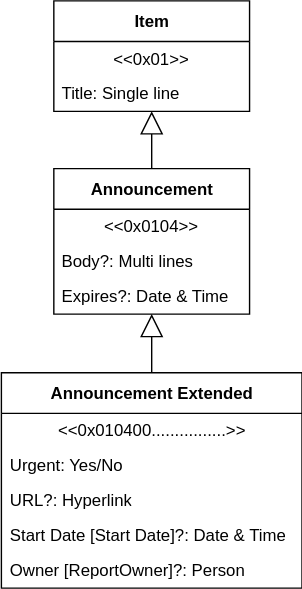
Above: docs/Content-Type.svg in mauriora/Announcements-Bar-Spfx (draw.io), before the change. Source tidied: cells renumbered, new cells last; positions are measured from the earlier drawing's top-left corner, leaving out a move shared by most shapes. The source it was exported from:
```xml
<mxGraphModel>
  <root>
    <mxCell id="0" />
    <mxCell id="1" parent="0" />
    <mxCell id="2" value="Announcement" style="swimlane;fontStyle=1;align=center;verticalAlign=middle;horizontal=1;startSize=29;html=1;" parent="1" vertex="1">
      <mxGeometry x="38" y="120" width="140" height="104" as="geometry" />
    </mxCell>
    <mxCell id="3" value="&amp;lt;&amp;lt;0x0104&amp;gt;&amp;gt;" style="text;html=1;strokeColor=none;fillColor=none;align=center;verticalAlign=middle;spacingLeft=4;spacingRight=4;overflow=hidden;" parent="2" vertex="1">
      <mxGeometry y="29" width="140" height="25" as="geometry" />
    </mxCell>
    <mxCell id="4" value="Body?:&amp;nbsp;Multi lines" style="text;html=1;strokeColor=none;fillColor=none;align=left;verticalAlign=middle;spacingLeft=4;spacingRight=4;overflow=hidden;" parent="2" vertex="1">
      <mxGeometry y="54" width="140" height="25" as="geometry" />
    </mxCell>
    <mxCell id="5" value="Expires?:&amp;nbsp;Date &amp;amp; Time" style="text;html=1;strokeColor=none;fillColor=none;align=left;verticalAlign=middle;spacingLeft=4;spacingRight=4;overflow=hidden;" parent="2" vertex="1">
      <mxGeometry y="79" width="140" height="25" as="geometry" />
    </mxCell>
    <mxCell id="6" style="edgeStyle=orthogonalEdgeStyle;rounded=0;jettySize=auto;html=1;endArrow=block;endFill=0;endSize=14;" parent="1" edge="1" source="7" target="2">
      <mxGeometry relative="1" as="geometry" />
    </mxCell>
    <mxCell id="7" value="Announcement Extended" style="swimlane;fontStyle=1;align=center;verticalAlign=middle;horizontal=1;startSize=29;html=1;" parent="1" vertex="1">
      <mxGeometry x="0.5" y="266" width="215" height="154" as="geometry" />
    </mxCell>
    <mxCell id="8" value="&amp;lt;&amp;lt;0x010400................&amp;gt;&amp;gt;" style="text;html=1;strokeColor=none;fillColor=none;align=center;verticalAlign=middle;spacingLeft=4;spacingRight=4;overflow=hidden;" parent="7" vertex="1">
      <mxGeometry y="29" width="215" height="25" as="geometry" />
    </mxCell>
    <mxCell id="9" value="Urgent: Yes/No" style="text;html=1;strokeColor=none;fillColor=none;align=left;verticalAlign=middle;spacingLeft=4;spacingRight=4;overflow=hidden;" parent="7" vertex="1">
      <mxGeometry y="54" width="215" height="25" as="geometry" />
    </mxCell>
    <mxCell id="10" value="URL?: Hyperlink" style="text;html=1;strokeColor=none;fillColor=none;align=left;verticalAlign=middle;spacingLeft=4;spacingRight=4;overflow=hidden;" parent="7" vertex="1">
      <mxGeometry y="79" width="215" height="25" as="geometry" />
    </mxCell>
    <mxCell id="11" value="Start Date [Start Date]?:&amp;nbsp;Date &amp;amp; Time" style="text;html=1;strokeColor=none;fillColor=none;align=left;verticalAlign=middle;spacingLeft=4;spacingRight=4;overflow=hidden;" parent="7" vertex="1">
      <mxGeometry y="104" width="215" height="25" as="geometry" />
    </mxCell>
    <mxCell id="12" value="Owner [ReportOwner]?:&amp;nbsp;Person" style="text;html=1;strokeColor=none;fillColor=none;align=left;verticalAlign=middle;spacingLeft=4;spacingRight=4;overflow=hidden;" parent="7" vertex="1">
      <mxGeometry y="129" width="215" height="25" as="geometry" />
    </mxCell>
    <mxCell id="13" value="Item" style="swimlane;fontStyle=1;align=center;verticalAlign=middle;horizontal=1;startSize=29;html=1;" parent="1" vertex="1">
      <mxGeometry x="38" width="140" height="79" as="geometry" />
    </mxCell>
    <mxCell id="14" value="&amp;lt;&amp;lt;0x01&amp;gt;&amp;gt;" style="text;html=1;strokeColor=none;fillColor=none;align=center;verticalAlign=middle;spacingLeft=4;spacingRight=4;overflow=hidden;" parent="13" vertex="1">
      <mxGeometry y="29" width="140" height="25" as="geometry" />
    </mxCell>
    <mxCell id="15" value="Title:&amp;nbsp;Single line" style="text;html=1;strokeColor=none;fillColor=none;align=left;verticalAlign=middle;spacingLeft=4;spacingRight=4;overflow=hidden;" parent="13" vertex="1">
      <mxGeometry y="54" width="140" height="25" as="geometry" />
    </mxCell>
    <mxCell id="16" style="edgeStyle=orthogonalEdgeStyle;rounded=0;jettySize=auto;html=1;endArrow=block;endFill=0;endSize=14;" parent="1" edge="1" source="2" target="13">
      <mxGeometry relative="1" as="geometry" />
    </mxCell>
  </root>
</mxGraphModel>
```
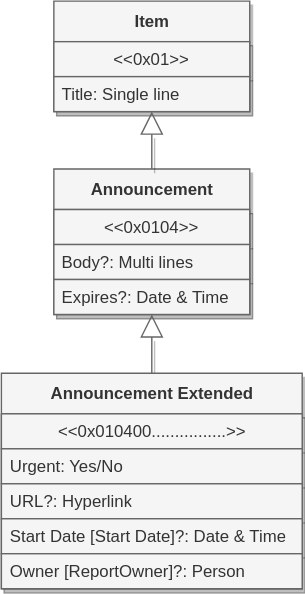
The same diagram one commit later.

Commit message:
fix: white background for dark mode readability

Change to the diagram source:
```diff
@@ -2,49 +2,49 @@
   <root>
     <mxCell id="0" />
     <mxCell id="1" parent="0" />
-    <mxCell id="2" value="Announcement" style="swimlane;fontStyle=1;align=center;verticalAlign=middle;horizontal=1;startSize=29;html=1;" parent="1" vertex="1">
+    <mxCell id="2" value="Announcement" style="swimlane;fontStyle=1;align=center;verticalAlign=middle;horizontal=1;startSize=29;html=1;shadow=1;fillColor=#f5f5f5;fontColor=#333333;strokeColor=#666666;" parent="1" vertex="1">
       <mxGeometry x="38" y="120" width="140" height="104" as="geometry" />
     </mxCell>
-    <mxCell id="3" value="&amp;lt;&amp;lt;0x0104&amp;gt;&amp;gt;" style="text;html=1;strokeColor=none;fillColor=none;align=center;verticalAlign=middle;spacingLeft=4;spacingRight=4;overflow=hidden;" parent="2" vertex="1">
+    <mxCell id="3" value="&amp;lt;&amp;lt;0x0104&amp;gt;&amp;gt;" style="text;html=1;strokeColor=#666666;fillColor=#f5f5f5;align=center;verticalAlign=middle;spacingLeft=4;spacingRight=4;overflow=hidden;shadow=1;fontColor=#333333;" parent="2" vertex="1">
       <mxGeometry y="29" width="140" height="25" as="geometry" />
     </mxCell>
-    <mxCell id="4" value="Body?:&amp;nbsp;Multi lines" style="text;html=1;strokeColor=none;fillColor=none;align=left;verticalAlign=middle;spacingLeft=4;spacingRight=4;overflow=hidden;" parent="2" vertex="1">
+    <mxCell id="4" value="Body?:&amp;nbsp;Multi lines" style="text;html=1;strokeColor=#666666;fillColor=#f5f5f5;align=left;verticalAlign=middle;spacingLeft=4;spacingRight=4;overflow=hidden;shadow=1;fontColor=#333333;" parent="2" vertex="1">
       <mxGeometry y="54" width="140" height="25" as="geometry" />
     </mxCell>
-    <mxCell id="5" value="Expires?:&amp;nbsp;Date &amp;amp; Time" style="text;html=1;strokeColor=none;fillColor=none;align=left;verticalAlign=middle;spacingLeft=4;spacingRight=4;overflow=hidden;" parent="2" vertex="1">
+    <mxCell id="5" value="Expires?:&amp;nbsp;Date &amp;amp; Time" style="text;html=1;strokeColor=#666666;fillColor=#f5f5f5;align=left;verticalAlign=middle;spacingLeft=4;spacingRight=4;overflow=hidden;shadow=1;fontColor=#333333;" parent="2" vertex="1">
       <mxGeometry y="79" width="140" height="25" as="geometry" />
     </mxCell>
-    <mxCell id="6" style="edgeStyle=orthogonalEdgeStyle;rounded=0;jettySize=auto;html=1;endArrow=block;endFill=0;endSize=14;" parent="1" edge="1" source="7" target="2">
+    <mxCell id="6" style="edgeStyle=orthogonalEdgeStyle;rounded=0;jettySize=auto;html=1;endArrow=block;endFill=0;endSize=14;shadow=1;fillColor=#f5f5f5;strokeColor=#666666;" parent="1" edge="1" source="7" target="2">
       <mxGeometry relative="1" as="geometry" />
     </mxCell>
-    <mxCell id="7" value="Announcement Extended" style="swimlane;fontStyle=1;align=center;verticalAlign=middle;horizontal=1;startSize=29;html=1;" parent="1" vertex="1">
+    <mxCell id="7" value="Announcement Extended" style="swimlane;fontStyle=1;align=center;verticalAlign=middle;horizontal=1;startSize=29;html=1;shadow=1;fillColor=#f5f5f5;fontColor=#333333;strokeColor=#666666;" parent="1" vertex="1">
       <mxGeometry x="0.5" y="266" width="215" height="154" as="geometry" />
     </mxCell>
-    <mxCell id="8" value="&amp;lt;&amp;lt;0x010400................&amp;gt;&amp;gt;" style="text;html=1;strokeColor=none;fillColor=none;align=center;verticalAlign=middle;spacingLeft=4;spacingRight=4;overflow=hidden;" parent="7" vertex="1">
+    <mxCell id="8" value="&amp;lt;&amp;lt;0x010400................&amp;gt;&amp;gt;" style="text;html=1;strokeColor=#666666;fillColor=#f5f5f5;align=center;verticalAlign=middle;spacingLeft=4;spacingRight=4;overflow=hidden;shadow=1;fontColor=#333333;" parent="7" vertex="1">
       <mxGeometry y="29" width="215" height="25" as="geometry" />
     </mxCell>
-    <mxCell id="9" value="Urgent: Yes/No" style="text;html=1;strokeColor=none;fillColor=none;align=left;verticalAlign=middle;spacingLeft=4;spacingRight=4;overflow=hidden;" parent="7" vertex="1">
+    <mxCell id="9" value="Urgent: Yes/No" style="text;html=1;strokeColor=#666666;fillColor=#f5f5f5;align=left;verticalAlign=middle;spacingLeft=4;spacingRight=4;overflow=hidden;shadow=1;fontColor=#333333;" parent="7" vertex="1">
       <mxGeometry y="54" width="215" height="25" as="geometry" />
     </mxCell>
-    <mxCell id="10" value="URL?: Hyperlink" style="text;html=1;strokeColor=none;fillColor=none;align=left;verticalAlign=middle;spacingLeft=4;spacingRight=4;overflow=hidden;" parent="7" vertex="1">
+    <mxCell id="10" value="URL?: Hyperlink" style="text;html=1;strokeColor=#666666;fillColor=#f5f5f5;align=left;verticalAlign=middle;spacingLeft=4;spacingRight=4;overflow=hidden;shadow=1;fontColor=#333333;" parent="7" vertex="1">
       <mxGeometry y="79" width="215" height="25" as="geometry" />
     </mxCell>
-    <mxCell id="11" value="Start Date [Start Date]?:&amp;nbsp;Date &amp;amp; Time" style="text;html=1;strokeColor=none;fillColor=none;align=left;verticalAlign=middle;spacingLeft=4;spacingRight=4;overflow=hidden;" parent="7" vertex="1">
+    <mxCell id="11" value="Start Date [Start Date]?:&amp;nbsp;Date &amp;amp; Time" style="text;html=1;strokeColor=#666666;fillColor=#f5f5f5;align=left;verticalAlign=middle;spacingLeft=4;spacingRight=4;overflow=hidden;shadow=1;fontColor=#333333;" parent="7" vertex="1">
       <mxGeometry y="104" width="215" height="25" as="geometry" />
     </mxCell>
-    <mxCell id="12" value="Owner [ReportOwner]?:&amp;nbsp;Person" style="text;html=1;strokeColor=none;fillColor=none;align=left;verticalAlign=middle;spacingLeft=4;spacingRight=4;overflow=hidden;" parent="7" vertex="1">
+    <mxCell id="12" value="Owner [ReportOwner]?:&amp;nbsp;Person" style="text;html=1;strokeColor=#666666;fillColor=#f5f5f5;align=left;verticalAlign=middle;spacingLeft=4;spacingRight=4;overflow=hidden;shadow=1;fontColor=#333333;" parent="7" vertex="1">
       <mxGeometry y="129" width="215" height="25" as="geometry" />
     </mxCell>
-    <mxCell id="13" value="Item" style="swimlane;fontStyle=1;align=center;verticalAlign=middle;horizontal=1;startSize=29;html=1;" parent="1" vertex="1">
+    <mxCell id="13" value="Item" style="swimlane;fontStyle=1;align=center;verticalAlign=middle;horizontal=1;startSize=29;html=1;shadow=1;fillColor=#f5f5f5;fontColor=#333333;strokeColor=#666666;" parent="1" vertex="1">
       <mxGeometry x="38" width="140" height="79" as="geometry" />
     </mxCell>
-    <mxCell id="14" value="&amp;lt;&amp;lt;0x01&amp;gt;&amp;gt;" style="text;html=1;strokeColor=none;fillColor=none;align=center;verticalAlign=middle;spacingLeft=4;spacingRight=4;overflow=hidden;" parent="13" vertex="1">
+    <mxCell id="14" value="&amp;lt;&amp;lt;0x01&amp;gt;&amp;gt;" style="text;html=1;strokeColor=#666666;fillColor=#f5f5f5;align=center;verticalAlign=middle;spacingLeft=4;spacingRight=4;overflow=hidden;shadow=1;fontColor=#333333;" parent="13" vertex="1">
       <mxGeometry y="29" width="140" height="25" as="geometry" />
     </mxCell>
-    <mxCell id="15" value="Title:&amp;nbsp;Single line" style="text;html=1;strokeColor=none;fillColor=none;align=left;verticalAlign=middle;spacingLeft=4;spacingRight=4;overflow=hidden;" parent="13" vertex="1">
+    <mxCell id="15" value="Title:&amp;nbsp;Single line" style="text;html=1;strokeColor=#666666;fillColor=#f5f5f5;align=left;verticalAlign=middle;spacingLeft=4;spacingRight=4;overflow=hidden;shadow=1;fontColor=#333333;" parent="13" vertex="1">
       <mxGeometry y="54" width="140" height="25" as="geometry" />
     </mxCell>
-    <mxCell id="16" style="edgeStyle=orthogonalEdgeStyle;rounded=0;jettySize=auto;html=1;endArrow=block;endFill=0;endSize=14;" parent="1" edge="1" source="2" target="13">
+    <mxCell id="16" style="edgeStyle=orthogonalEdgeStyle;rounded=0;jettySize=auto;html=1;endArrow=block;endFill=0;endSize=14;shadow=1;fillColor=#f5f5f5;strokeColor=#666666;" parent="1" edge="1" source="2" target="13">
       <mxGeometry relative="1" as="geometry" />
     </mxCell>
   </root>
```
